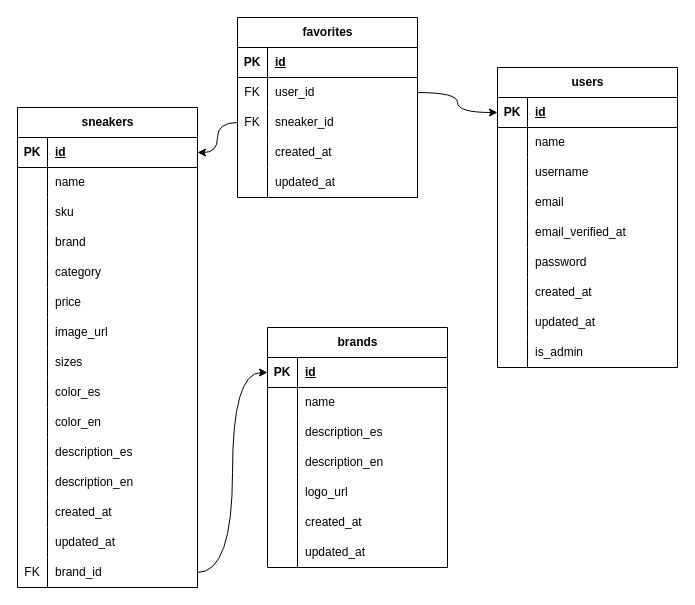
Earlier version of the draw.io diagram diagrama BBDD.drawio (notsauz/web-zapatillas). Source tidied: cells renumbered, new cells numbered last; positions are measured from the earlier drawing's top-left corner, leaving out a move shared by most shapes. Both pictures are drawn from the tidied source at 100%, with x=0, y=0 at pixel (17, 17).
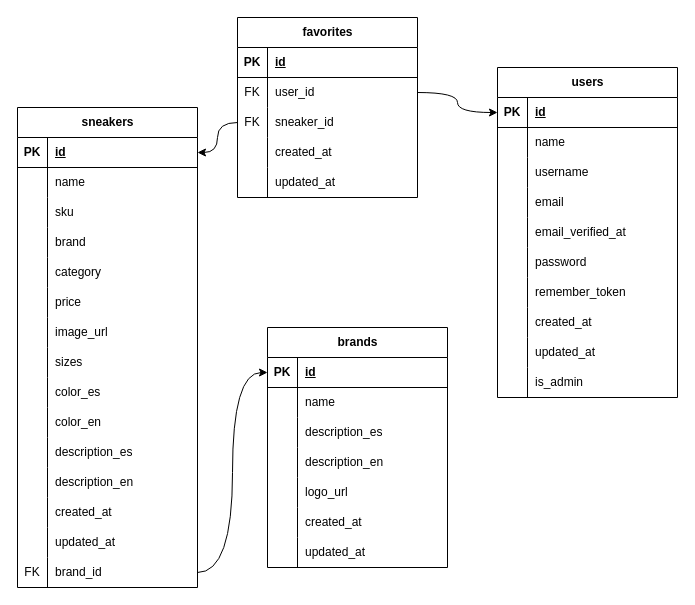
Above is the later version.

The edit, as a diff of the source:
```diff
@@
     <mxCell id="65" value="users" style="shape=table;startSize=30;childLayout=tableLayout;rowLines=0;fontStyle=1;align=center;html=1;" parent="1" vertex="1">
-      <mxGeometry x="480" y="50" width="180" height="300" as="geometry" />
+      <mxGeometry x="480" y="50" width="180" height="330" as="geometry" />
     </mxCell>
@@
+    <mxCell id="117" style="shape=tableRow;horizontal=0;startSize=0;swimlaneHead=0;swimlaneBody=0;fillColor=none;top=0;left=0;right=0;bottom=0;" parent="65" vertex="1">
+      <mxGeometry y="210" width="180" height="30" as="geometry" />
+    </mxCell>
+    <mxCell id="118" style="shape=partialRectangle;fillColor=none;top=0;left=0;bottom=0;right=0;overflow=hidden;whiteSpace=wrap;html=1;" parent="117" vertex="1">
+      <mxGeometry width="30" height="30" as="geometry" />
+    </mxCell>
+    <mxCell id="119" value="remember_token" style="shape=partialRectangle;fillColor=none;top=0;left=0;bottom=0;right=0;align=left;spacingLeft=6;overflow=hidden;whiteSpace=wrap;html=1;" parent="117" vertex="1">
+      <mxGeometry x="30" width="150" height="30" as="geometry" />
+    </mxCell>
     <mxCell id="84" style="shape=tableRow;horizontal=0;startSize=0;swimlaneHead=0;swimlaneBody=0;fillColor=none;top=0;left=0;right=0;bottom=0;" parent="65" vertex="1">
-      <mxGeometry y="210" width="180" height="30" as="geometry" />
+      <mxGeometry y="240" width="180" height="30" as="geometry" />
     </mxCell>
@@
     <mxCell id="87" style="shape=tableRow;horizontal=0;startSize=0;swimlaneHead=0;swimlaneBody=0;fillColor=none;top=0;left=0;right=0;bottom=0;" parent="65" vertex="1">
-      <mxGeometry y="240" width="180" height="30" as="geometry" />
+      <mxGeometry y="270" width="180" height="30" as="geometry" />
     </mxCell>
@@
     <mxCell id="90" style="shape=tableRow;horizontal=0;startSize=0;swimlaneHead=0;swimlaneBody=0;fillColor=none;top=0;left=0;right=0;bottom=0;" parent="65" vertex="1">
-      <mxGeometry y="270" width="180" height="30" as="geometry" />
+      <mxGeometry y="300" width="180" height="30" as="geometry" />
     </mxCell>
```
